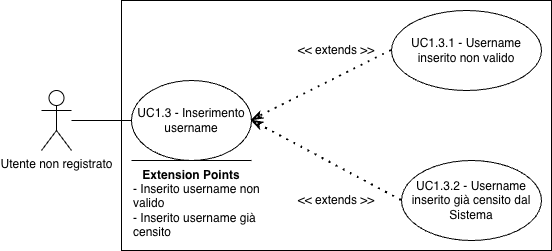
Before: assets/diagrams/UC1_3.png, a diagram exported from draw.io (SkarabGroup/DocumentazioneProgetto). Source tidied: cells renumbered, new cells last; positions are measured from the earlier drawing's top-left corner, leaving out a move shared by most shapes.
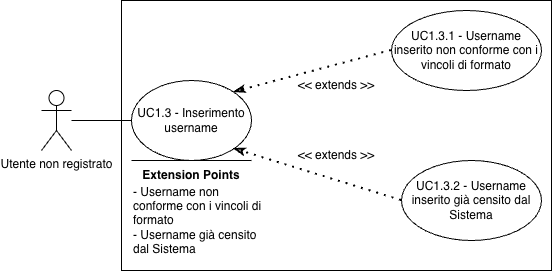
After the commit.

Diff of the diagram source:
```diff
@@ -6,22 +6,22 @@
       <mxGeometry y="90" width="30" height="60" as="geometry" />
     </mxCell>
     <mxCell id="3" style="rounded=0;whiteSpace=wrap;html=1;" parent="1" vertex="1">
-      <mxGeometry x="80" width="430" height="250" as="geometry" />
+      <mxGeometry x="80" width="430" height="270" as="geometry" />
     </mxCell>
     <mxCell id="4" value="UC1.3 - Inserimento username" style="ellipse;whiteSpace=wrap;html=1;" parent="1" vertex="1">
       <mxGeometry x="90" y="80" width="120" height="80" as="geometry" />
     </mxCell>
-    <mxCell id="5" value="UC1.3.1 - Username inserito non valido" style="ellipse;whiteSpace=wrap;html=1;" parent="1" vertex="1">
+    <mxCell id="5" value="UC1.3.1 - Username inserito non conforme con i vincoli di formato" style="ellipse;whiteSpace=wrap;html=1;" parent="1" vertex="1">
       <mxGeometry x="350" y="10" width="150" height="80" as="geometry" />
     </mxCell>
-    <mxCell id="6" style="endArrow=classicThin;dashed=1;html=1;dashPattern=1 3;strokeWidth=2;rounded=0;entryX=1;entryY=0.5;entryDx=0;entryDy=0;exitX=0;exitY=0.5;exitDx=0;exitDy=0;endFill=0;startArrow=none;startFill=0;" parent="1" edge="1" source="5" target="4">
+    <mxCell id="6" style="endArrow=classicThin;dashed=1;html=1;dashPattern=1 3;strokeWidth=2;rounded=0;entryX=1;entryY=0;entryDx=0;entryDy=0;exitX=0;exitY=0.5;exitDx=0;exitDy=0;endFill=0;startArrow=none;startFill=0;" parent="1" edge="1" source="5" target="4">
       <mxGeometry relative="1" as="geometry" />
     </mxCell>
     <mxCell id="7" style="endArrow=none;html=1;rounded=0;entryX=0;entryY=0.5;entryDx=0;entryDy=0;" parent="1" edge="1" source="2" target="4">
       <mxGeometry relative="1" as="geometry" />
     </mxCell>
     <mxCell id="8" value="&amp;lt;&amp;lt; extends &amp;gt;&amp;gt;" style="text;html=1;whiteSpace=wrap;strokeColor=none;fillColor=none;align=center;verticalAlign=middle;rounded=0;" parent="1" vertex="1">
-      <mxGeometry x="250" y="35" width="90" height="30" as="geometry" />
+      <mxGeometry x="250" y="70" width="90" height="30" as="geometry" />
     </mxCell>
     <mxCell id="9" value="&lt;b&gt;Extension Points&lt;/b&gt;" style="text;html=1;whiteSpace=wrap;strokeColor=none;fillColor=none;align=center;verticalAlign=middle;rounded=0;" parent="1" vertex="1">
       <mxGeometry x="90" y="160" width="120" height="30" as="geometry" />
@@ -32,17 +32,17 @@
         <mxPoint x="210" y="160" as="targetPoint" />
       </mxGeometry>
     </mxCell>
-    <mxCell id="11" value="- Inserito username non valido&lt;div&gt;- Inserito username già censito&lt;/div&gt;" style="text;html=1;whiteSpace=wrap;strokeColor=none;fillColor=none;align=left;verticalAlign=middle;rounded=0;" parent="1" vertex="1">
-      <mxGeometry x="90" y="180" width="140" height="60" as="geometry" />
+    <mxCell id="11" value="- Username non conforme con i vincoli di formato&lt;div&gt;- Username già censito dal Sistema&lt;/div&gt;" style="text;html=1;whiteSpace=wrap;strokeColor=none;fillColor=none;align=left;verticalAlign=middle;rounded=0;" parent="1" vertex="1">
+      <mxGeometry x="90" y="190" width="140" height="60" as="geometry" />
     </mxCell>
     <mxCell id="12" value="UC1.3.2 - Username inserito già censito dal Sistema" style="ellipse;whiteSpace=wrap;html=1;" parent="1" vertex="1">
       <mxGeometry x="360" y="160" width="140" height="80" as="geometry" />
     </mxCell>
-    <mxCell id="13" style="endArrow=classicThin;dashed=1;html=1;dashPattern=1 3;strokeWidth=2;rounded=0;entryX=1;entryY=0.5;entryDx=0;entryDy=0;endFill=0;startArrow=none;startFill=0;exitX=0;exitY=0.5;exitDx=0;exitDy=0;" parent="1" edge="1" source="12" target="4">
+    <mxCell id="13" style="endArrow=classicThin;dashed=1;html=1;dashPattern=1 3;strokeWidth=2;rounded=0;entryX=1;entryY=1;entryDx=0;entryDy=0;endFill=0;startArrow=none;startFill=0;exitX=0;exitY=0.5;exitDx=0;exitDy=0;" parent="1" edge="1" source="12" target="4">
       <mxGeometry relative="1" as="geometry" />
     </mxCell>
     <mxCell id="14" value="&amp;lt;&amp;lt; extends &amp;gt;&amp;gt;" style="text;html=1;whiteSpace=wrap;strokeColor=none;fillColor=none;align=center;verticalAlign=middle;rounded=0;" parent="1" vertex="1">
-      <mxGeometry x="250" y="185" width="90" height="30" as="geometry" />
+      <mxGeometry x="250" y="140" width="90" height="30" as="geometry" />
     </mxCell>
   </root>
 </mxGraphModel>
```
